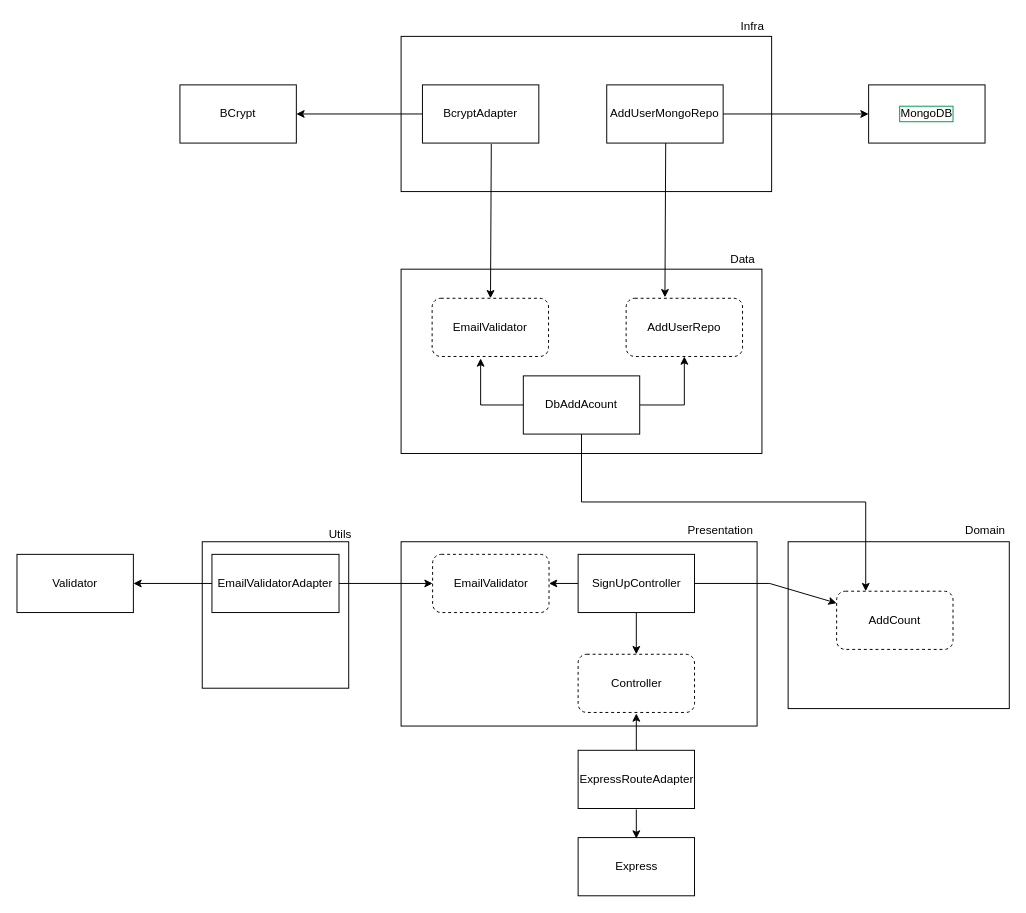
The draw.io diagram Untitled Diagram.drawio in lucca257/clean-node-api, before the edit. Source tidied: cells renumbered, new cells numbered last; positions are measured from the earlier drawing's top-left corner, leaving out a move shared by most shapes. Both pictures are drawn from the tidied source at 97%, with x=0, y=0 at pixel (16, 16).
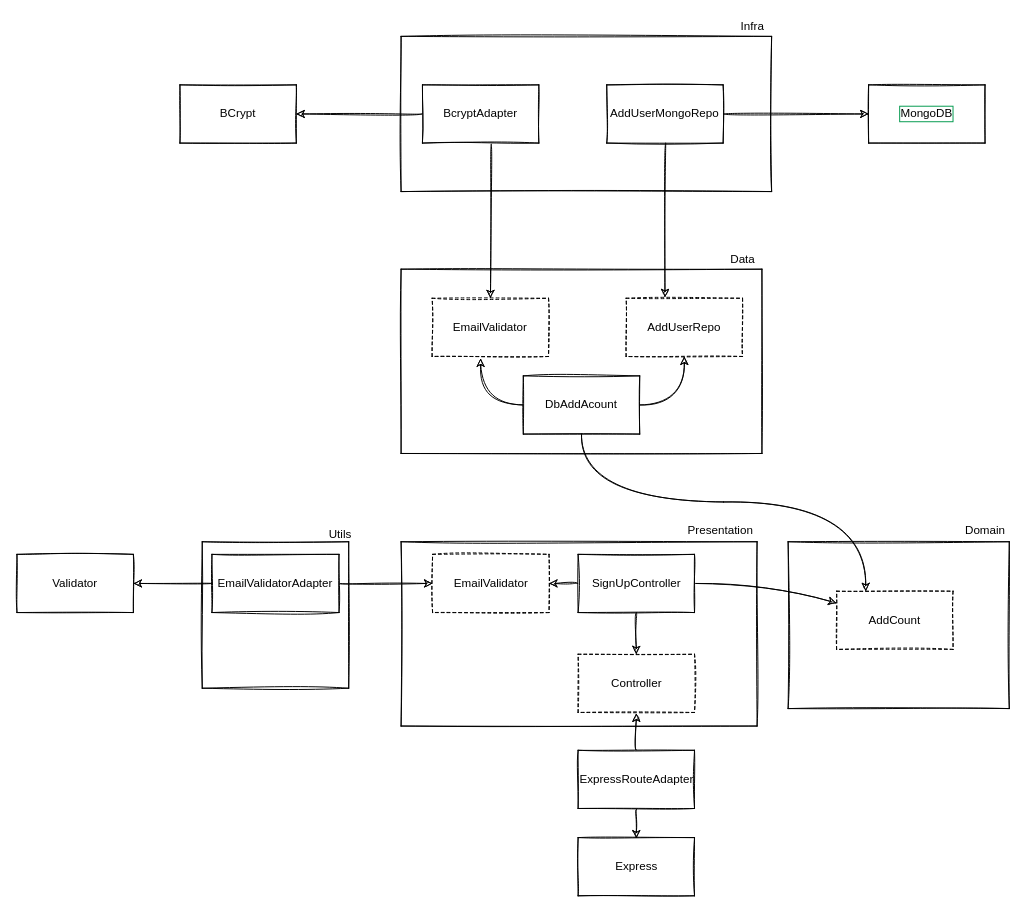
Above is the later version.

Commit message (it also covers changes not shown here):
Clean Node API

The edit, as a diff of the source:
```diff
@@
-    <mxCell id="2" style="rounded=0;whiteSpace=wrap;html=1;fillColor=#ffffff;gradientColor=none;" parent="1" vertex="1">
+    <mxCell id="2" style="whiteSpace=wrap;html=1;fillColor=#ffffff;gradientColor=none;sketch=1;" parent="1" vertex="1">
       <mxGeometry x="396" y="20" width="382" height="160" as="geometry" />
     </mxCell>
-    <mxCell id="3" style="rounded=0;whiteSpace=wrap;html=1;fillColor=#ffffff;gradientColor=none;" parent="1" vertex="1">
+    <mxCell id="3" style="whiteSpace=wrap;html=1;fillColor=#ffffff;gradientColor=none;sketch=1;" parent="1" vertex="1">
       <mxGeometry x="795" y="541" width="228" height="172" as="geometry" />
     </mxCell>
-    <mxCell id="4" value="MongoDB" style="rounded=0;whiteSpace=wrap;html=1;labelBorderColor=#00994D;" parent="1" vertex="1">
+    <mxCell id="4" value="MongoDB" style="whiteSpace=wrap;html=1;labelBorderColor=#00994D;sketch=1;" parent="1" vertex="1">
       <mxGeometry x="878" y="70" width="120" height="60" as="geometry" />
     </mxCell>
-    <mxCell id="5" value="Express" style="rounded=0;whiteSpace=wrap;html=1;" parent="1" vertex="1">
+    <mxCell id="5" value="Express" style="whiteSpace=wrap;html=1;sketch=1;" parent="1" vertex="1">
       <mxGeometry x="578.5" y="846" width="120" height="60" as="geometry" />
     </mxCell>
-    <mxCell id="6" style="rounded=0;whiteSpace=wrap;html=1;" parent="1" vertex="1">
+    <mxCell id="6" style="whiteSpace=wrap;html=1;sketch=1;" parent="1" vertex="1">
       <mxGeometry x="396" y="541" width="367" height="190" as="geometry" />
     </mxCell>
-    <mxCell id="7" value="Validator" style="rounded=0;whiteSpace=wrap;html=1;" parent="1" vertex="1">
+    <mxCell id="7" value="Validator" style="whiteSpace=wrap;html=1;sketch=1;" parent="1" vertex="1">
       <mxGeometry y="554" width="120" height="60" as="geometry" />
     </mxCell>
-    <mxCell id="8" value="BCrypt" style="rounded=0;whiteSpace=wrap;html=1;" parent="1" vertex="1">
+    <mxCell id="8" value="BCrypt" style="whiteSpace=wrap;html=1;sketch=1;" parent="1" vertex="1">
       <mxGeometry x="168" y="70" width="120" height="60" as="geometry" />
     </mxCell>
-    <mxCell id="9" style="edgeStyle=none;rounded=0;orthogonalLoop=1;jettySize=auto;html=1;" parent="1" edge="1">
+    <mxCell id="9" style="edgeStyle=none;orthogonalLoop=1;jettySize=auto;html=1;curved=1;sketch=1;" parent="1" edge="1">
       <mxGeometry relative="1" as="geometry">
         <mxPoint x="638.5" y="817" as="sourcePoint" />
         <mxPoint x="638.5" y="847" as="targetPoint" />
       </mxGeometry>
     </mxCell>
-    <mxCell id="10" style="edgeStyle=none;rounded=0;jettySize=auto;html=1;" parent="1" edge="1" source="11">
+    <mxCell id="10" style="edgeStyle=none;jettySize=auto;html=1;curved=1;sketch=1;" parent="1" edge="1" source="11">
       <mxGeometry relative="1" as="geometry">
         <mxPoint x="638.5" y="718" as="targetPoint" />
       </mxGeometry>
     </mxCell>
-    <mxCell id="11" value="ExpressRouteAdapter" style="rounded=0;whiteSpace=wrap;html=1;" parent="1" vertex="1">
+    <mxCell id="11" value="ExpressRouteAdapter" style="whiteSpace=wrap;html=1;sketch=1;" parent="1" vertex="1">
       <mxGeometry x="578.5" y="756" width="120" height="60" as="geometry" />
     </mxCell>
-    <mxCell id="12" style="whiteSpace=wrap;html=1;" parent="1" vertex="1">
+    <mxCell id="12" style="whiteSpace=wrap;html=1;sketch=1;" parent="1" vertex="1">
       <mxGeometry x="191" y="541" width="151" height="151" as="geometry" />
     </mxCell>
-    <mxCell id="13" style="edgeStyle=none;rounded=0;jettySize=auto;html=1;" parent="1" edge="1" source="16" target="18">
+    <mxCell id="13" style="edgeStyle=none;jettySize=auto;html=1;curved=1;sketch=1;" parent="1" edge="1" source="16" target="18">
       <mxGeometry relative="1" as="geometry" />
     </mxCell>
-    <mxCell id="14" style="edgeStyle=none;rounded=0;jettySize=auto;html=1;" parent="1" edge="1" source="16" target="26">
+    <mxCell id="14" style="edgeStyle=none;jettySize=auto;html=1;curved=1;sketch=1;" parent="1" edge="1" source="16" target="26">
       <mxGeometry relative="1" as="geometry">
         <Array as="points">
           <mxPoint x="776" y="584" />
         </Array>
       </mxGeometry>
     </mxCell>
-    <mxCell id="15" style="edgeStyle=none;rounded=0;jettySize=auto;html=1;" parent="1" edge="1" source="16" target="17">
+    <mxCell id="15" style="edgeStyle=none;jettySize=auto;html=1;curved=1;sketch=1;" parent="1" edge="1" source="16" target="17">
       <mxGeometry relative="1" as="geometry" />
     </mxCell>
-    <mxCell id="16" value="SignUpController" style="rounded=0;whiteSpace=wrap;html=1;" parent="1" vertex="1">
+    <mxCell id="16" value="SignUpController" style="whiteSpace=wrap;html=1;sketch=1;" parent="1" vertex="1">
       <mxGeometry x="578.5" y="554" width="120" height="60" as="geometry" />
     </mxCell>
-    <mxCell id="17" value="Controller" style="rounded=1;whiteSpace=wrap;html=1;dashed=1;A;" parent="1" vertex="1">
+    <mxCell id="17" value="Controller" style="whiteSpace=wrap;html=1;dashed=1;A;sketch=1;" parent="1" vertex="1">
       <mxGeometry x="578.5" y="657" width="120" height="60" as="geometry" />
     </mxCell>
-    <mxCell id="18" value="EmailValidator" style="rounded=1;whiteSpace=wrap;html=1;dashed=1;A;" parent="1" vertex="1">
+    <mxCell id="18" value="EmailValidator" style="whiteSpace=wrap;html=1;dashed=1;A;sketch=1;" parent="1" vertex="1">
       <mxGeometry x="428.5" y="554" width="120" height="60" as="geometry" />
     </mxCell>
-    <mxCell id="19" value="Utils" style="text;html=1;align=center;verticalAlign=middle;" parent="1" vertex="1">
+    <mxCell id="19" value="Utils" style="text;html=1;align=center;verticalAlign=middle;sketch=1;" parent="1" vertex="1">
       <mxGeometry x="316" y="525" width="33" height="18" as="geometry" />
     </mxCell>
-    <mxCell id="20" style="edgeStyle=none;rounded=0;jettySize=auto;html=1;" parent="1" edge="1" source="22" target="18">
+    <mxCell id="20" style="edgeStyle=none;jettySize=auto;html=1;curved=1;sketch=1;" parent="1" edge="1" source="22" target="18">
       <mxGeometry relative="1" as="geometry" />
     </mxCell>
-    <mxCell id="21" style="edgeStyle=none;rounded=0;jettySize=auto;html=1;" parent="1" edge="1" source="22" target="7">
+    <mxCell id="21" style="edgeStyle=none;jettySize=auto;html=1;curved=1;sketch=1;" parent="1" edge="1" source="22" target="7">
       <mxGeometry relative="1" as="geometry" />
     </mxCell>
-    <mxCell id="22" value="EmailValidatorAdapter" style="rounded=0;whiteSpace=wrap;html=1;fillColor=#ffffff;gradientColor=none;" parent="1" vertex="1">
+    <mxCell id="22" value="EmailValidatorAdapter" style="whiteSpace=wrap;html=1;fillColor=#ffffff;gradientColor=none;sketch=1;" parent="1" vertex="1">
       <mxGeometry x="201" y="554" width="131" height="60" as="geometry" />
     </mxCell>
-    <mxCell id="23" style="edgeStyle=none;rounded=0;orthogonalLoop=1;jettySize=auto;html=1;exitX=0;exitY=0.5;exitDx=0;exitDy=0;" parent="1" edge="1" source="12" target="12">
+    <mxCell id="23" style="edgeStyle=none;orthogonalLoop=1;jettySize=auto;html=1;exitX=0;exitY=0.5;exitDx=0;exitDy=0;curved=1;sketch=1;" parent="1" edge="1" source="12" target="12">
       <mxGeometry relative="1" as="geometry" />
     </mxCell>
-    <mxCell id="24" value="Presentation" style="text;html=1;align=center;verticalAlign=middle;" parent="1" vertex="1">
+    <mxCell id="24" value="Presentation" style="text;html=1;align=center;verticalAlign=middle;sketch=1;" parent="1" vertex="1">
       <mxGeometry x="686" y="520" width="77" height="18" as="geometry" />
     </mxCell>
-    <mxCell id="25" value="Domain" style="text;html=1;align=center;verticalAlign=middle;" parent="1" vertex="1">
+    <mxCell id="25" value="Domain" style="text;html=1;align=center;verticalAlign=middle;sketch=1;" parent="1" vertex="1">
       <mxGeometry x="972" y="520" width="51" height="18" as="geometry" />
     </mxCell>
-    <mxCell id="26" value="AddCount" style="rounded=1;whiteSpace=wrap;html=1;fillColor=#ffffff;gradientColor=none;dashed=1;" parent="1" vertex="1">
+    <mxCell id="26" value="AddCount" style="whiteSpace=wrap;html=1;fillColor=#ffffff;gradientColor=none;dashed=1;sketch=1;" parent="1" vertex="1">
       <mxGeometry x="845" y="592" width="120" height="60" as="geometry" />
     </mxCell>
-    <mxCell id="27" style="edgeStyle=none;rounded=0;orthogonalLoop=1;jettySize=auto;html=1;exitX=0.25;exitY=1;exitDx=0;exitDy=0;" parent="1" edge="1" source="8" target="8">
+    <mxCell id="27" style="edgeStyle=none;orthogonalLoop=1;jettySize=auto;html=1;exitX=0.25;exitY=1;exitDx=0;exitDy=0;curved=1;sketch=1;" parent="1" edge="1" source="8" target="8">
       <mxGeometry relative="1" as="geometry" />
     </mxCell>
-    <mxCell id="28" style="rounded=0;whiteSpace=wrap;html=1;fillColor=#ffffff;gradientColor=none;" parent="1" vertex="1">
+    <mxCell id="28" style="whiteSpace=wrap;html=1;fillColor=#ffffff;gradientColor=none;sketch=1;" parent="1" vertex="1">
       <mxGeometry x="396" y="260" width="372" height="190" as="geometry" />
     </mxCell>
-    <mxCell id="29" value="EmailValidator" style="rounded=1;whiteSpace=wrap;html=1;fillColor=#ffffff;gradientColor=none;dashed=1;" parent="1" vertex="1">
+    <mxCell id="29" value="EmailValidator" style="whiteSpace=wrap;html=1;fillColor=#ffffff;gradientColor=none;dashed=1;sketch=1;" parent="1" vertex="1">
       <mxGeometry x="428" y="290" width="120" height="60" as="geometry" />
     </mxCell>
-    <mxCell id="30" value="AddUserRepo" style="rounded=1;whiteSpace=wrap;html=1;fillColor=#ffffff;gradientColor=none;dashed=1;" parent="1" vertex="1">
+    <mxCell id="30" value="AddUserRepo" style="whiteSpace=wrap;html=1;fillColor=#ffffff;gradientColor=none;dashed=1;sketch=1;" parent="1" vertex="1">
       <mxGeometry x="628" y="290" width="120" height="60" as="geometry" />
     </mxCell>
-    <mxCell id="31" style="edgeStyle=none;rounded=0;jettySize=auto;html=1;exitX=0;exitY=0.5;exitDx=0;exitDy=0;" parent="1" edge="1" source="34">
+    <mxCell id="31" style="edgeStyle=none;jettySize=auto;html=1;exitX=0;exitY=0.5;exitDx=0;exitDy=0;curved=1;sketch=1;" parent="1" edge="1" source="34">
       <mxGeometry relative="1" as="geometry">
         <mxPoint x="478" y="352" as="targetPoint" />
         <Array as="points">
           <mxPoint x="478" y="400" />
         </Array>
       </mxGeometry>
     </mxCell>
-    <mxCell id="32" style="edgeStyle=none;rounded=0;jettySize=auto;html=1;exitX=1;exitY=0.5;exitDx=0;exitDy=0;" parent="1" edge="1" source="34" target="30">
+    <mxCell id="32" style="edgeStyle=none;jettySize=auto;html=1;exitX=1;exitY=0.5;exitDx=0;exitDy=0;curved=1;sketch=1;" parent="1" edge="1" source="34" target="30">
       <mxGeometry relative="1" as="geometry">
         <Array as="points">
           <mxPoint x="688" y="400" />
         </Array>
       </mxGeometry>
     </mxCell>
-    <mxCell id="33" style="edgeStyle=none;rounded=0;jettySize=auto;html=1;entryX=0.25;entryY=0;entryDx=0;entryDy=0;" parent="1" edge="1" source="34" target="26">
+    <mxCell id="33" style="edgeStyle=none;jettySize=auto;html=1;entryX=0.25;entryY=0;entryDx=0;entryDy=0;curved=1;sketch=1;" parent="1" edge="1" source="34" target="26">
       <mxGeometry relative="1" as="geometry">
         <Array as="points">
           <mxPoint x="582" y="500" />
           <mxPoint x="875" y="500" />
         </Array>
       </mxGeometry>
     </mxCell>
-    <mxCell id="34" value="DbAddAcount" style="rounded=0;whiteSpace=wrap;html=1;fillColor=#ffffff;gradientColor=none;" parent="1" vertex="1">
+    <mxCell id="34" value="DbAddAcount" style="whiteSpace=wrap;html=1;fillColor=#ffffff;gradientColor=none;sketch=1;" parent="1" vertex="1">
       <mxGeometry x="522" y="370" width="120" height="60" as="geometry" />
     </mxCell>
-    <mxCell id="35" value="Data" style="text;html=1;align=center;verticalAlign=middle;" parent="1" vertex="1">
+    <mxCell id="35" value="Data" style="text;html=1;align=center;verticalAlign=middle;sketch=1;" parent="1" vertex="1">
       <mxGeometry x="728" y="240" width="40" height="20" as="geometry" />
     </mxCell>
-    <mxCell id="36" value="Infra" style="text;html=1;align=center;verticalAlign=middle;" parent="1" vertex="1">
+    <mxCell id="36" value="Infra" style="text;html=1;align=center;verticalAlign=middle;sketch=1;" parent="1" vertex="1">
       <mxGeometry x="738" width="40" height="20" as="geometry" />
     </mxCell>
-    <mxCell id="37" style="edgeStyle=none;rounded=0;jettySize=auto;html=1;" parent="1" edge="1" source="40" target="8">
+    <mxCell id="37" style="edgeStyle=none;jettySize=auto;html=1;curved=1;sketch=1;" parent="1" edge="1" source="40" target="8">
       <mxGeometry relative="1" as="geometry" />
     </mxCell>
-    <mxCell id="38" style="edgeStyle=none;rounded=0;jettySize=auto;html=1;" parent="1" edge="1" source="39" target="4">
+    <mxCell id="38" style="edgeStyle=none;jettySize=auto;html=1;curved=1;sketch=1;" parent="1" edge="1" source="39" target="4">
       <mxGeometry relative="1" as="geometry" />
     </mxCell>
-    <mxCell id="39" value="AddUserMongoRepo" style="rounded=0;whiteSpace=wrap;html=1;fillColor=#ffffff;gradientColor=none;" parent="1" vertex="1">
+    <mxCell id="39" value="AddUserMongoRepo" style="whiteSpace=wrap;html=1;fillColor=#ffffff;gradientColor=none;sketch=1;" parent="1" vertex="1">
       <mxGeometry x="608" y="70" width="120" height="60" as="geometry" />
     </mxCell>
-    <mxCell id="40" value="BcryptAdapter" style="rounded=0;whiteSpace=wrap;html=1;fillColor=#ffffff;gradientColor=none;" parent="1" vertex="1">
+    <mxCell id="40" value="BcryptAdapter" style="whiteSpace=wrap;html=1;fillColor=#ffffff;gradientColor=none;sketch=1;" parent="1" vertex="1">
       <mxGeometry x="418" y="70" width="120" height="60" as="geometry" />
     </mxCell>
-    <mxCell id="41" style="edgeStyle=none;rounded=0;jettySize=auto;html=1;" parent="1" edge="1" target="29">
+    <mxCell id="41" style="edgeStyle=none;jettySize=auto;html=1;curved=1;sketch=1;" parent="1" edge="1" target="29">
       <mxGeometry relative="1" as="geometry">
         <mxPoint x="489" y="131" as="sourcePoint" />
       </mxGeometry>
     </mxCell>
-    <mxCell id="42" style="edgeStyle=none;rounded=0;orthogonalLoop=1;jettySize=auto;html=1;" parent="1" edge="1">
+    <mxCell id="42" style="edgeStyle=none;orthogonalLoop=1;jettySize=auto;html=1;curved=1;sketch=1;" parent="1" edge="1">
       <mxGeometry relative="1" as="geometry">
         <mxPoint x="668.8" y="130" as="sourcePoint" />
         <mxPoint x="668" y="289" as="targetPoint" />
       </mxGeometry>
     </mxCell>
```
